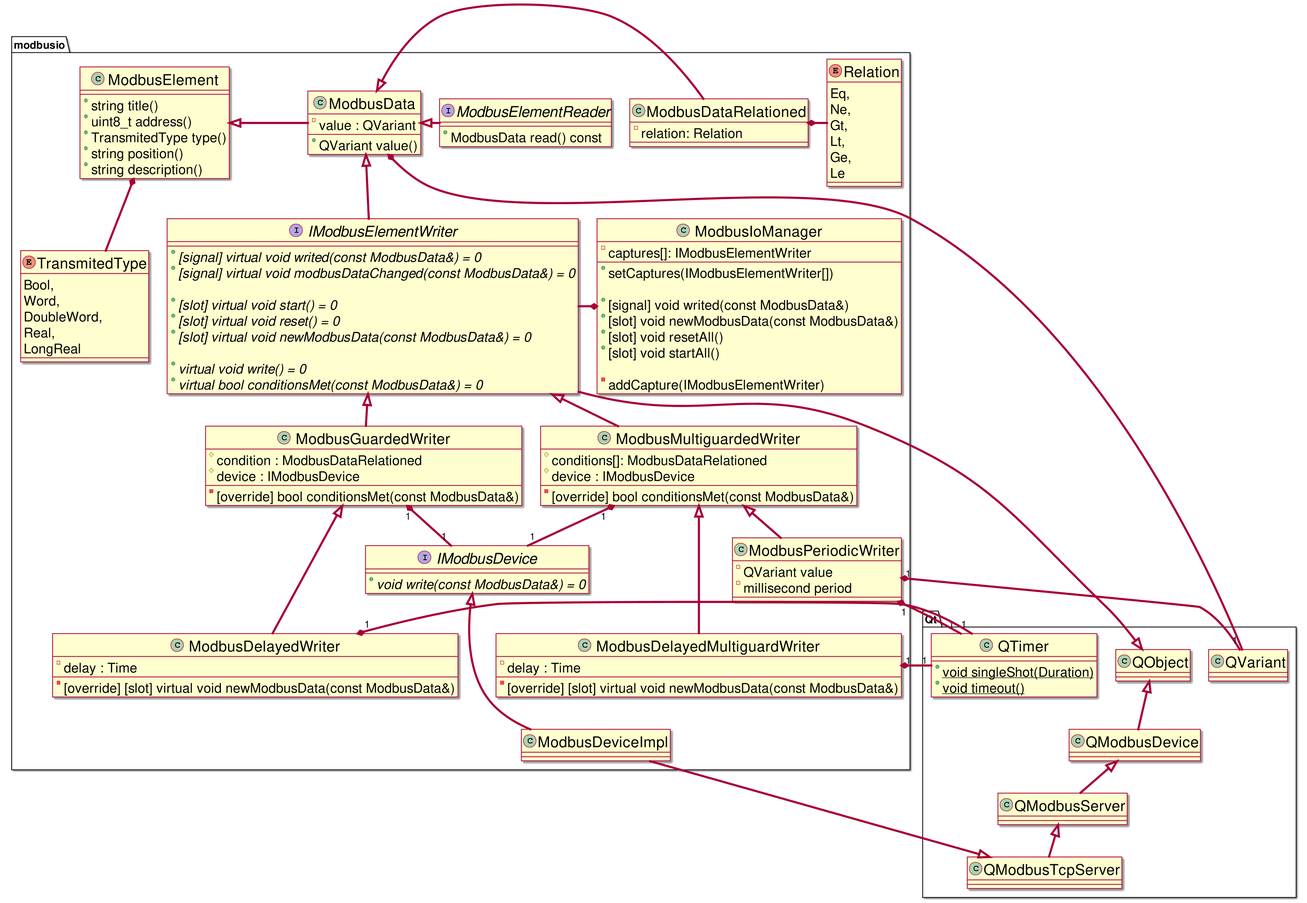
Before: Dissertation/images/modbus_class_relationship_detail.png, a diagram exported from PlantUML (UlrichVonRekkenin/PhdLaTeX).
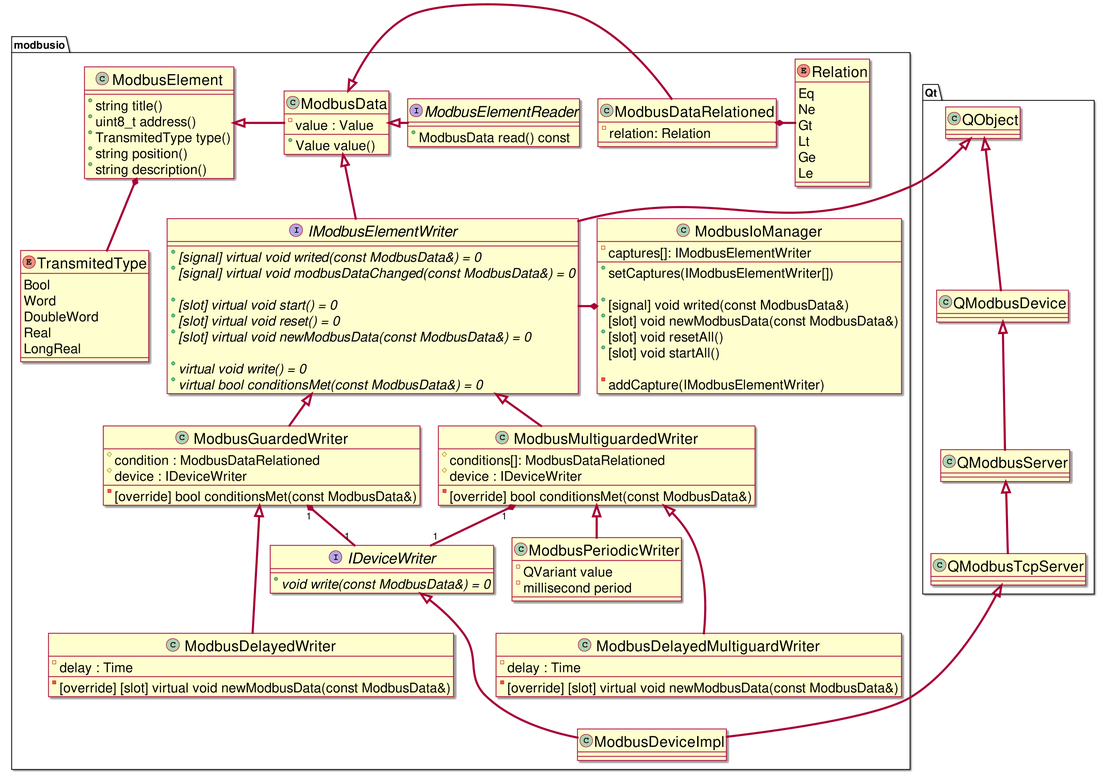
The same diagram one commit later.

The edit, as a diff of the source:
```diff
@@ -11,13 +11,8 @@
 scale 1.3
 
 namespace Qt {
-    class QTimer {
-        +{static} void singleShot(Duration)
-        +{static} void timeout()
-    }
 
     class QObject
-    class QVariant
 
     QModbusServer <|-- QModbusTcpServer
     QModbusDevice <|-- QModbusServer
@@ -26,27 +21,27 @@
 
 namespace modbusio {
     enum TransmitedType {
-        Bool,
-        Word,
-        DoubleWord,
-        Real,
+        Bool
+        Word
+        DoubleWord
+        Real
         LongReal
     }
 
     enum Relation {
-        Eq,
-        Ne,
-        Gt,
-        Lt,
-        Ge,
+        Eq
+        Ne
+        Gt
+        Lt
+        Ge
         Le
     }
 
-    interface IModbusDevice {
+    interface IDeviceWriter {
         + {abstract} void write(const ModbusData&) = 0
     }
 
-    IModbusDevice <|--- ModbusDeviceImpl
+    IDeviceWriter <|--- ModbusDeviceImpl
     Qt.QModbusTcpServer <|-- ModbusDeviceImpl
 
     class ModbusIoManager {
@@ -70,8 +65,8 @@
     }
 
     class ModbusData {
-        - value : QVariant
-        + QVariant value()
+        - value : Value
+        + Value value()
     }
 
     class ModbusDataRelationed {
@@ -102,7 +97,7 @@
     class ModbusGuardedWriter {
         - [override] bool conditionsMet(const ModbusData&)
         # condition : ModbusDataRelationed
-        # device : IModbusDevice
+        # device : IDeviceWriter
     }
 
     class ModbusDelayedWriter {
@@ -113,7 +108,7 @@
     class ModbusMultiguardedWriter {
         - [override] bool conditionsMet(const ModbusData&)
         # conditions[]: ModbusDataRelationed
-        # device : IModbusDevice
+        # device : IDeviceWriter
     }
 
     class ModbusDelayedMultiguardWriter {
@@ -123,7 +118,6 @@
 
     ModbusElement *-- TransmitedType
     ModbusElement <|-right- ModbusData
-    ModbusData *-- Qt.QVariant
 
     ModbusData <|-right- ModbusDataRelationed
     ModbusDataRelationed *-right- Relation
@@ -133,20 +127,16 @@
     ModbusData <|-right- ModbusElementReader
 
     ModbusMultiguardedWriter <|-- ModbusPeriodicWriter
-    ModbusPeriodicWriter "1" *-- "1" Qt.QVariant
-    ModbusPeriodicWriter "1" *-- "1" Qt.QTimer
 
     IModbusElementWriter <|-- ModbusGuardedWriter
-    ModbusGuardedWriter "1" *-- "1" IModbusDevice
+    ModbusGuardedWriter "1" *-- "1" IDeviceWriter
 
     ModbusGuardedWriter <|--- ModbusDelayedWriter
-    ModbusDelayedWriter "1" *-- "1" Qt.QTimer
 
     IModbusElementWriter <|-- ModbusMultiguardedWriter
-    ModbusMultiguardedWriter "1" *-- "1" IModbusDevice
+    ModbusMultiguardedWriter "1" *-- "1" IDeviceWriter
 
     ModbusMultiguardedWriter <|--- ModbusDelayedMultiguardWriter
-    ModbusDelayedMultiguardWriter "1" *-- "1" Qt.QTimer
 
     ModbusIoManager *-left- IModbusElementWriter
 }
```
